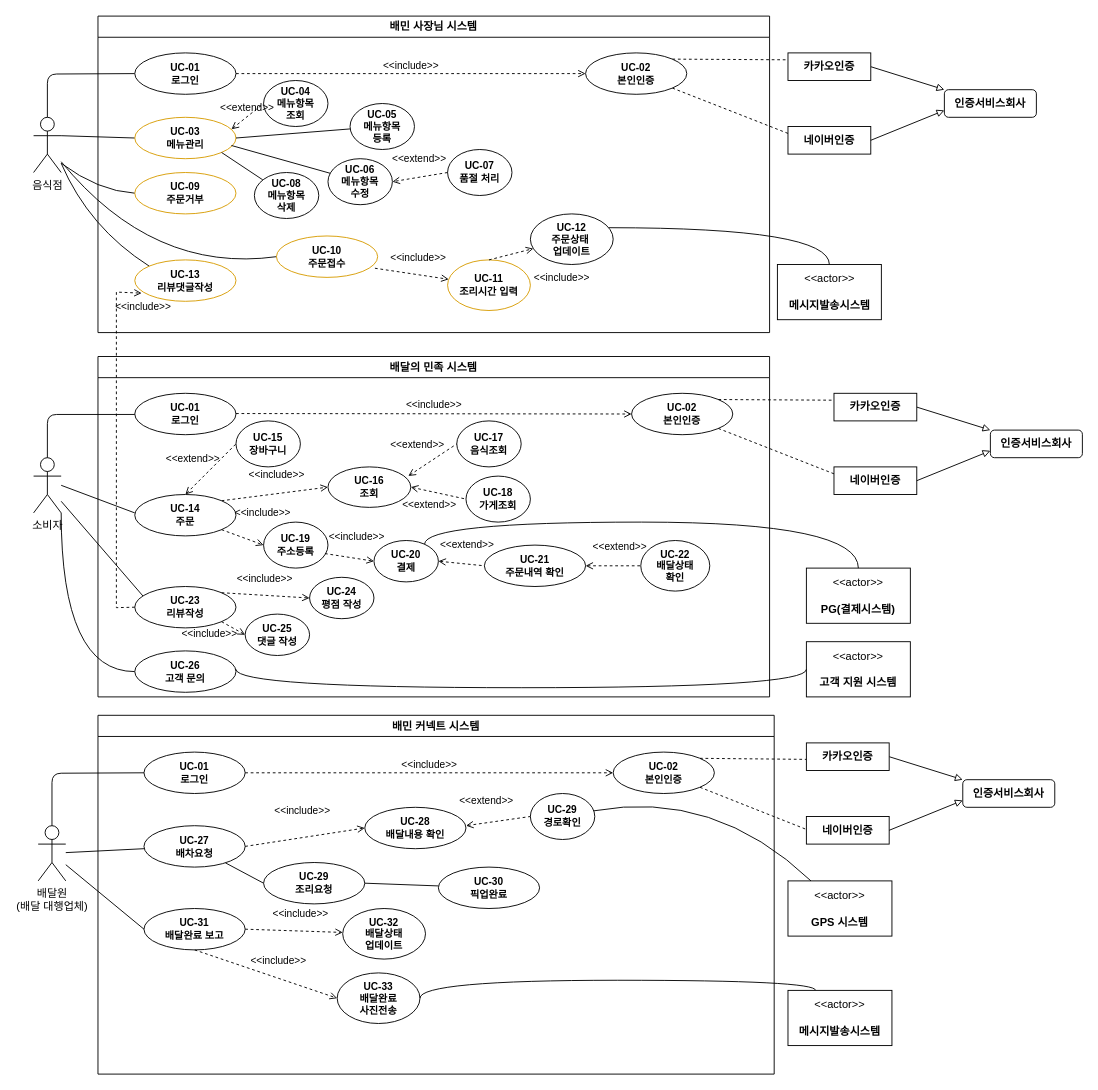
This is 소웨공 기말.drawio from hyun10144/Lecture3-1, a draw.io file, before an edit. Source tidied: cells renumbered, new cells numbered last; positions are measured from the earlier drawing's top-left corner, leaving out a move shared by most shapes. Both pictures are drawn from the tidied source at 92%, with x=0, y=0 at pixel (33, 16).
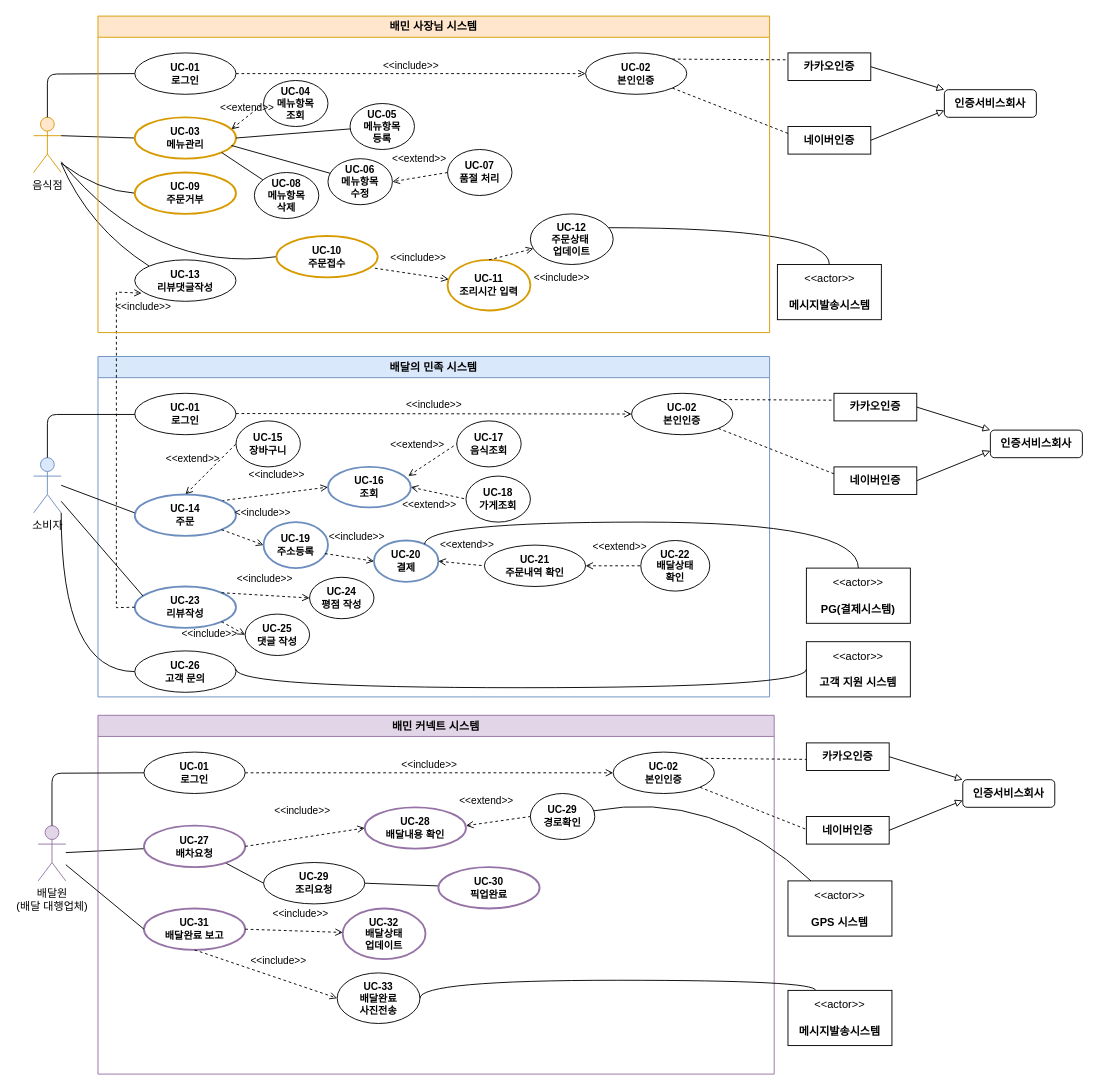
Above is the later version.

Commit message (it also covers changes not shown here):
소웨공 기말.drawio 업데이트

What changed in the source:
```diff
@@
-    <mxCell id="4" value="소비자" style="shape=umlActor;verticalLabelPosition=bottom;verticalAlign=top;html=1;outlineConnect=0;" parent="1" vertex="1">
+    <mxCell id="4" value="소비자" style="shape=umlActor;verticalLabelPosition=bottom;verticalAlign=top;html=1;outlineConnect=0;fillColor=#dae8fc;strokeColor=#6c8ebf;" parent="1" vertex="1">
       <mxGeometry y="480" width="30" height="60" as="geometry" />
     </mxCell>
@@
-    <mxCell id="6" value="배달원&lt;div&gt;(배달 대행업체)&lt;/div&gt;" style="shape=umlActor;verticalLabelPosition=bottom;verticalAlign=top;html=1;outlineConnect=0;" parent="1" vertex="1">
+    <mxCell id="6" value="배달원&lt;div&gt;(배달 대행업체)&lt;/div&gt;" style="shape=umlActor;verticalLabelPosition=bottom;verticalAlign=top;html=1;outlineConnect=0;fillColor=#e1d5e7;strokeColor=#9673a6;" parent="1" vertex="1">
       <mxGeometry x="5" y="880" width="30" height="60" as="geometry" />
     </mxCell>
-    <mxCell id="7" value="음식점" style="shape=umlActor;verticalLabelPosition=bottom;verticalAlign=top;html=1;outlineConnect=0;" parent="1" vertex="1">
+    <mxCell id="7" value="음식점" style="shape=umlActor;verticalLabelPosition=bottom;verticalAlign=top;html=1;outlineConnect=0;fillColor=#ffe6cc;strokeColor=#d79b00;" parent="1" vertex="1">
       <mxGeometry y="110" width="30" height="60" as="geometry" />
     </mxCell>
@@
-    <mxCell id="15" value="배민 커넥트 시스템" style="swimlane;whiteSpace=wrap;html=1;" parent="1" vertex="1">
+    <mxCell id="15" value="배민 커넥트 시스템" style="swimlane;whiteSpace=wrap;html=1;fillColor=#e1d5e7;strokeColor=#9673a6;" parent="1" vertex="1">
       <mxGeometry x="70" y="760" width="735" height="390" as="geometry" />
     </mxCell>
@@
-    <mxCell id="17" value="&lt;div&gt;&lt;b&gt;UC-31&lt;/b&gt;&lt;/div&gt;&lt;b&gt;배달완료 보고&lt;/b&gt;" style="ellipse;whiteSpace=wrap;html=1;fontFamily=Helvetica;fontSize=11;fontColor=default;labelBackgroundColor=default;" parent="15" vertex="1">
+    <mxCell id="17" value="&lt;div&gt;&lt;b&gt;UC-31&lt;/b&gt;&lt;/div&gt;&lt;b&gt;배달완료 보고&lt;/b&gt;" style="ellipse;whiteSpace=wrap;html=1;fontFamily=Helvetica;fontSize=11;labelBackgroundColor=default;fillColor=none;strokeColor=#9673a6;strokeWidth=2;" parent="15" vertex="1">
       <mxGeometry x="50" y="210" width="110" height="45" as="geometry" />
     </mxCell>
-    <mxCell id="18" value="&lt;div&gt;&lt;b&gt;UC-28&lt;/b&gt;&lt;/div&gt;&lt;b&gt;배달내용 확인&lt;/b&gt;" style="ellipse;whiteSpace=wrap;html=1;fontFamily=Helvetica;fontSize=11;fontColor=default;labelBackgroundColor=default;" parent="15" vertex="1">
+    <mxCell id="18" value="&lt;div&gt;&lt;b&gt;UC-28&lt;/b&gt;&lt;/div&gt;&lt;b&gt;배달내용 확인&lt;/b&gt;" style="ellipse;whiteSpace=wrap;html=1;fontFamily=Helvetica;fontSize=11;labelBackgroundColor=default;fillColor=none;strokeColor=#9673a6;strokeWidth=2;" parent="15" vertex="1">
       <mxGeometry x="290" y="100" width="110" height="45" as="geometry" />
     </mxCell>
@@
-    <mxCell id="20" value="&lt;div&gt;&lt;b&gt;UC-27&lt;/b&gt;&lt;/div&gt;&lt;b&gt;배차요청&lt;/b&gt;" style="ellipse;whiteSpace=wrap;html=1;fontFamily=Helvetica;fontSize=11;fontColor=default;labelBackgroundColor=default;" parent="15" vertex="1">
+    <mxCell id="20" value="&lt;div&gt;&lt;b&gt;UC-27&lt;/b&gt;&lt;/div&gt;&lt;b&gt;배차요청&lt;/b&gt;" style="ellipse;whiteSpace=wrap;html=1;fontFamily=Helvetica;fontSize=11;labelBackgroundColor=default;fillColor=none;strokeColor=#9673a6;strokeWidth=2;" parent="15" vertex="1">
       <mxGeometry x="50" y="120" width="110" height="45" as="geometry" />
     </mxCell>
@@
-    <mxCell id="28" value="&lt;div&gt;&lt;b&gt;UC-32&lt;/b&gt;&lt;/div&gt;&lt;b&gt;배달상태&lt;/b&gt;&lt;div&gt;&lt;b&gt;업데이트&lt;/b&gt;&lt;/div&gt;" style="ellipse;whiteSpace=wrap;html=1;fontFamily=Helvetica;fontSize=11;fontColor=default;labelBackgroundColor=default;" parent="15" vertex="1">
+    <mxCell id="28" value="&lt;div&gt;&lt;b&gt;UC-32&lt;/b&gt;&lt;/div&gt;&lt;b&gt;배달상태&lt;/b&gt;&lt;div&gt;&lt;b&gt;업데이트&lt;/b&gt;&lt;/div&gt;" style="ellipse;whiteSpace=wrap;html=1;fontFamily=Helvetica;fontSize=11;labelBackgroundColor=default;fillColor=none;strokeColor=#9673a6;strokeWidth=2;" parent="15" vertex="1">
       <mxGeometry x="266" y="210" width="90" height="55" as="geometry" />
     </mxCell>
@@
-    <mxCell id="32" value="&lt;div&gt;&lt;b&gt;UC-30&lt;/b&gt;&lt;/div&gt;&lt;b&gt;픽업완료&lt;/b&gt;" style="ellipse;whiteSpace=wrap;html=1;fontFamily=Helvetica;fontSize=11;fontColor=default;labelBackgroundColor=default;" parent="15" vertex="1">
+    <mxCell id="32" value="&lt;div&gt;&lt;b&gt;UC-30&lt;/b&gt;&lt;/div&gt;&lt;b&gt;픽업완료&lt;/b&gt;" style="ellipse;whiteSpace=wrap;html=1;fontFamily=Helvetica;fontSize=11;labelBackgroundColor=default;fillColor=none;strokeColor=#9673a6;strokeWidth=2;" parent="15" vertex="1">
       <mxGeometry x="370" y="165" width="110" height="45" as="geometry" />
     </mxCell>
@@
-    <mxCell id="35" value="배달의 민족 시스템" style="swimlane;whiteSpace=wrap;html=1;" parent="1" vertex="1">
+    <mxCell id="35" value="배달의 민족 시스템" style="swimlane;whiteSpace=wrap;html=1;fillColor=#dae8fc;strokeColor=#6c8ebf;" parent="1" vertex="1">
       <mxGeometry x="70" y="370" width="730" height="370" as="geometry" />
     </mxCell>
-    <mxCell id="36" value="&lt;div&gt;&lt;b&gt;UC-16&lt;/b&gt;&lt;/div&gt;&lt;b&gt;조회&lt;/b&gt;" style="ellipse;whiteSpace=wrap;html=1;fontFamily=Helvetica;fontSize=11;fontColor=default;labelBackgroundColor=default;" parent="35" vertex="1">
+    <mxCell id="36" value="&lt;div&gt;&lt;b&gt;UC-16&lt;/b&gt;&lt;/div&gt;&lt;b&gt;조회&lt;/b&gt;" style="ellipse;whiteSpace=wrap;html=1;fontFamily=Helvetica;fontSize=11;labelBackgroundColor=default;fillColor=none;strokeColor=#6c8ebf;strokeWidth=2;" parent="35" vertex="1">
       <mxGeometry x="250" y="120" width="90" height="44" as="geometry" />
     </mxCell>
@@
-    <mxCell id="39" value="&lt;div&gt;&lt;b&gt;UC-23&lt;/b&gt;&lt;/div&gt;&lt;b&gt;리뷰작성&lt;/b&gt;" style="ellipse;whiteSpace=wrap;html=1;fontFamily=Helvetica;fontSize=11;fontColor=default;labelBackgroundColor=default;" parent="35" vertex="1">
+    <mxCell id="39" value="&lt;div&gt;&lt;b&gt;UC-23&lt;/b&gt;&lt;/div&gt;&lt;b&gt;리뷰작성&lt;/b&gt;" style="ellipse;whiteSpace=wrap;html=1;fontFamily=Helvetica;fontSize=11;labelBackgroundColor=default;fillColor=none;strokeColor=#6c8ebf;strokeWidth=2;" parent="35" vertex="1">
       <mxGeometry x="40" y="250" width="110" height="45" as="geometry" />
     </mxCell>
@@
-    <mxCell id="45" value="&lt;div&gt;&lt;b&gt;UC-20&lt;/b&gt;&lt;/div&gt;&lt;b&gt;결제&lt;/b&gt;" style="ellipse;whiteSpace=wrap;html=1;fontFamily=Helvetica;fontSize=11;fontColor=default;labelBackgroundColor=default;" parent="35" vertex="1">
+    <mxCell id="45" value="&lt;div&gt;&lt;b&gt;UC-20&lt;/b&gt;&lt;/div&gt;&lt;b&gt;결제&lt;/b&gt;" style="ellipse;whiteSpace=wrap;html=1;fontFamily=Helvetica;fontSize=11;labelBackgroundColor=default;fillColor=none;strokeColor=#6c8ebf;strokeWidth=2;" parent="35" vertex="1">
       <mxGeometry x="300" y="200" width="70" height="45" as="geometry" />
     </mxCell>
@@
-    <mxCell id="47" value="&lt;div&gt;UC-14&lt;/div&gt;&lt;div&gt;주문&lt;/div&gt;" style="ellipse;whiteSpace=wrap;html=1;fontFamily=Helvetica;fontSize=11;fontColor=default;labelBackgroundColor=default;fontStyle=1;" parent="35" vertex="1">
+    <mxCell id="47" value="&lt;div&gt;UC-14&lt;/div&gt;&lt;div&gt;주문&lt;/div&gt;" style="ellipse;whiteSpace=wrap;html=1;fontFamily=Helvetica;fontSize=11;labelBackgroundColor=default;fontStyle=1;fillColor=none;strokeColor=#6c8ebf;strokeWidth=2;" parent="35" vertex="1">
       <mxGeometry x="40" y="150" width="110" height="45" as="geometry" />
     </mxCell>
@@
-    <mxCell id="50" value="&lt;div&gt;UC-19&lt;/div&gt;&lt;div&gt;주소등록&lt;/div&gt;" style="ellipse;whiteSpace=wrap;html=1;fontFamily=Helvetica;fontSize=11;fontColor=default;labelBackgroundColor=default;fontStyle=1;" parent="35" vertex="1">
+    <mxCell id="50" value="&lt;div&gt;UC-19&lt;/div&gt;&lt;div&gt;주소등록&lt;/div&gt;" style="ellipse;whiteSpace=wrap;html=1;fontFamily=Helvetica;fontSize=11;labelBackgroundColor=default;fontStyle=1;fillColor=none;strokeColor=#6c8ebf;strokeWidth=2;" parent="35" vertex="1">
       <mxGeometry x="180" y="180" width="70" height="50" as="geometry" />
     </mxCell>
@@
-    <mxCell id="94" value="배민 사장님 시스템" style="swimlane;whiteSpace=wrap;html=1;" parent="1" vertex="1">
+    <mxCell id="94" value="배민 사장님 시스템" style="swimlane;whiteSpace=wrap;html=1;fillColor=#ffe6cc;strokeColor=#d79b00;" parent="1" vertex="1">
       <mxGeometry x="70" width="730" height="344" as="geometry" />
     </mxCell>
-    <mxCell id="95" value="&lt;div&gt;&lt;b&gt;UC-10&lt;/b&gt;&lt;/div&gt;&lt;b&gt;주문접수&lt;/b&gt;" style="ellipse;whiteSpace=wrap;html=1;fontFamily=Helvetica;fontSize=11;labelBackgroundColor=default;fillColor=none;strokeColor=#d79b00;" parent="94" vertex="1">
+    <mxCell id="95" value="&lt;div&gt;&lt;b&gt;UC-10&lt;/b&gt;&lt;/div&gt;&lt;b&gt;주문접수&lt;/b&gt;" style="ellipse;whiteSpace=wrap;html=1;fontFamily=Helvetica;fontSize=11;labelBackgroundColor=default;fillColor=none;strokeColor=#d79b00;strokeWidth=2;" parent="94" vertex="1">
       <mxGeometry x="194" y="239" width="110" height="45" as="geometry" />
     </mxCell>
@@
-    <mxCell id="97" value="&lt;div&gt;&lt;b&gt;UC-03&lt;/b&gt;&lt;/div&gt;&lt;b&gt;메뉴관리&lt;/b&gt;" style="ellipse;whiteSpace=wrap;html=1;fontFamily=Helvetica;fontSize=11;labelBackgroundColor=default;fillColor=none;strokeColor=#d79b00;" parent="94" vertex="1">
+    <mxCell id="97" value="&lt;div&gt;&lt;b&gt;UC-03&lt;/b&gt;&lt;/div&gt;&lt;b&gt;메뉴관리&lt;/b&gt;" style="ellipse;whiteSpace=wrap;html=1;fontFamily=Helvetica;fontSize=11;labelBackgroundColor=default;fillColor=none;strokeColor=#d79b00;strokeWidth=2;" parent="94" vertex="1">
       <mxGeometry x="40" y="110" width="110" height="45" as="geometry" />
     </mxCell>
@@
-    <mxCell id="100" value="&lt;div&gt;&lt;b&gt;UC-13&lt;/b&gt;&lt;/div&gt;&lt;b&gt;리뷰댓글작성&lt;/b&gt;" style="ellipse;whiteSpace=wrap;html=1;fontFamily=Helvetica;fontSize=11;labelBackgroundColor=default;fillColor=none;strokeColor=#d79b00;" parent="94" vertex="1">
+    <mxCell id="100" value="&lt;div&gt;&lt;b&gt;UC-13&lt;/b&gt;&lt;/div&gt;&lt;b&gt;리뷰댓글작성&lt;/b&gt;" style="ellipse;whiteSpace=wrap;html=1;fontFamily=Helvetica;fontSize=11;labelBackgroundColor=default;" parent="94" vertex="1">
       <mxGeometry x="40" y="265" width="110" height="45" as="geometry" />
     </mxCell>
@@
-    <mxCell id="105" value="&lt;div&gt;&lt;b&gt;UC-11&lt;/b&gt;&lt;/div&gt;&lt;b&gt;조리시간 입력&lt;/b&gt;" style="ellipse;whiteSpace=wrap;html=1;fontFamily=Helvetica;fontSize=11;labelBackgroundColor=default;fillColor=none;strokeColor=#d79b00;" parent="94" vertex="1">
+    <mxCell id="105" value="&lt;div&gt;&lt;b&gt;UC-11&lt;/b&gt;&lt;/div&gt;&lt;b&gt;조리시간 입력&lt;/b&gt;" style="ellipse;whiteSpace=wrap;html=1;fontFamily=Helvetica;fontSize=11;labelBackgroundColor=default;fillColor=none;strokeColor=#d79b00;perimeterSpacing=0;strokeWidth=2;" parent="94" vertex="1">
       <mxGeometry x="380" y="265" width="90" height="55" as="geometry" />
     </mxCell>
@@
-    <mxCell id="116" value="&lt;div&gt;&lt;b&gt;UC-09&lt;/b&gt;&lt;/div&gt;&lt;b&gt;주문거부&lt;/b&gt;" style="ellipse;whiteSpace=wrap;html=1;fontFamily=Helvetica;fontSize=11;labelBackgroundColor=default;fillColor=none;strokeColor=#d79b00;" parent="94" vertex="1">
+    <mxCell id="116" value="&lt;div&gt;&lt;b&gt;UC-09&lt;/b&gt;&lt;/div&gt;&lt;b&gt;주문거부&lt;/b&gt;" style="ellipse;whiteSpace=wrap;html=1;fontFamily=Helvetica;fontSize=11;labelBackgroundColor=default;fillColor=none;strokeColor=#d79b00;strokeWidth=2;" parent="94" vertex="1">
       <mxGeometry x="40" y="170" width="110" height="45" as="geometry" />
     </mxCell>
```
